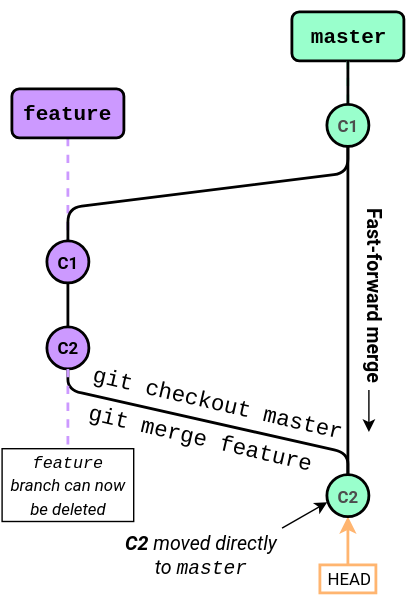
Above: Session 0 - Git/img/Branching_and_Merging/Merging_fastforward.svg in Python-Crash-Course/Python201 (draw.io), before the change. Source tidied: cells renumbered, new cells last; positions are measured from the earlier drawing's top-left corner, leaving out a move shared by most shapes.
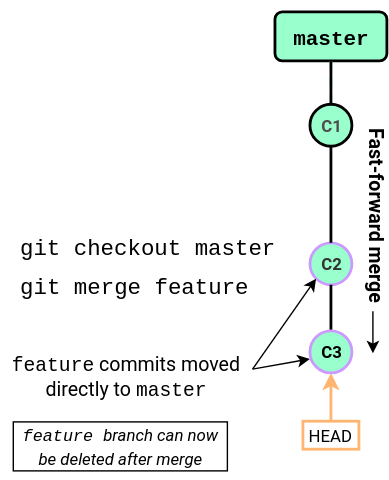
After the change.

The edit, as a diff of the source:
```diff
@@ -2,90 +2,64 @@
   <root>
     <mxCell id="0" />
     <mxCell id="1" parent="0" />
-    <mxCell id="2" style="endArrow=none;dashed=1;html=1;strokeWidth=2;fillColor=#ffe6cc;strokeColor=#CC99FF;exitX=0.5;exitY=1;exitDx=0;exitDy=0;entryX=0.5;entryY=0;entryDx=0;entryDy=0;" parent="1" edge="1" source="3" target="5">
-      <mxGeometry relative="1" as="geometry" />
+    <mxCell id="2" value="&lt;font style=&quot;font-size: 12px&quot;&gt;C1&lt;/font&gt;" style="ellipse;whiteSpace=wrap;html=1;fillColor=#99FFCC;strokeColor=#000000;fontColor=#4D4D4D;fontStyle=1;fontSize=10;fontFamily=Roboto;FType=g;strokeWidth=2;" parent="1" vertex="1">
+      <mxGeometry x="234" y="66" width="30" height="30" as="geometry" />
     </mxCell>
-    <mxCell id="3" value="&lt;h1 style=&quot;line-height: 70%&quot;&gt;&lt;b style=&quot;font-size: 15px&quot;&gt;&lt;font face=&quot;Courier New&quot; style=&quot;line-height: 100%&quot;&gt;feature&lt;/font&gt;&lt;/b&gt;&lt;/h1&gt;" style="text;html=1;spacing=5;spacingTop=-20;whiteSpace=wrap;overflow=hidden;rounded=1;align=center;labelBorderColor=none;labelBackgroundColor=none;fillColor=#cc99ff;strokeColor=#000000;fontFamily=Roboto;perimeterSpacing=0;strokeWidth=2;comic=0;glass=0;shadow=0;" parent="1" vertex="1">
-      <mxGeometry x="9" y="55" width="80" height="35" as="geometry" />
+    <mxCell id="3" value="&lt;font style=&quot;font-size: 12px&quot;&gt;C2&lt;/font&gt;" style="ellipse;whiteSpace=wrap;html=1;fillColor=#99FFCC;strokeColor=#CC99FF;fontFamily=Roboto;fontStyle=1;fontSize=10;strokeWidth=2;fontColor=#333333;" parent="1" vertex="1">
+      <mxGeometry x="234" y="165" width="30" height="30" as="geometry" />
     </mxCell>
-    <mxCell id="4" value="&lt;font style=&quot;font-size: 12px&quot;&gt;C1&lt;/font&gt;" style="ellipse;whiteSpace=wrap;html=1;fillColor=#99FFCC;strokeColor=#000000;fontColor=#4D4D4D;fontStyle=1;fontSize=10;fontFamily=Roboto;FType=g;strokeWidth=2;" parent="1" vertex="1">
-      <mxGeometry x="234" y="66" width="30" height="30" as="geometry" />
+    <mxCell id="4" style="endArrow=classic;html=1;strokeColor=#FFB570;fontFamily=Roboto;fontSize=8;fontColor=#000000;entryX=0.5;entryY=1;entryDx=0;entryDy=0;fillColor=#ffcc99;exitX=0.5;exitY=0;exitDx=0;exitDy=0;strokeWidth=2;" parent="1" edge="1" source="5" target="7">
+      <mxGeometry relative="1" as="geometry" />
     </mxCell>
-    <mxCell id="5" value="&lt;font style=&quot;font-size: 12px&quot;&gt;C1&lt;/font&gt;" style="ellipse;whiteSpace=wrap;html=1;fillColor=#CC99FF;strokeColor=#000000;fontFamily=Roboto;fontStyle=1;fontSize=10;strokeWidth=2;" parent="1" vertex="1">
-      <mxGeometry x="34" y="163.5" width="30" height="30" as="geometry" />
+    <mxCell id="5" value="&lt;font style=&quot;font-size: 12px;&quot;&gt;HEAD&lt;br style=&quot;font-size: 12px;&quot;&gt;&lt;/font&gt;" style="text;html=1;strokeColor=#FFB570;fillColor=none;align=center;verticalAlign=middle;whiteSpace=wrap;rounded=0;rotation=0;fontSize=12;fontFamily=Roboto;strokeWidth=2;" parent="1" vertex="1">
+      <mxGeometry x="229" y="292.5" width="40" height="20" as="geometry" />
     </mxCell>
-    <mxCell id="6" style="endArrow=classic;html=1;strokeColor=#FFB570;fontFamily=Roboto;fontSize=8;fontColor=#000000;entryX=0.5;entryY=1;entryDx=0;entryDy=0;fillColor=#ffcc99;exitX=0.5;exitY=0;exitDx=0;exitDy=0;strokeWidth=2;" parent="1" edge="1" source="7" target="11">
+    <mxCell id="6" style="endArrow=none;html=1;strokeColor=#000000;fontFamily=Roboto;fontSize=14;fontColor=#000000;exitX=0.5;exitY=1;exitDx=0;exitDy=0;entryX=0.5;entryY=0;entryDx=0;entryDy=0;strokeWidth=2;startArrow=none;startFill=0;endFill=0;" parent="1" edge="1" source="3" target="7">
       <mxGeometry relative="1" as="geometry" />
     </mxCell>
-    <mxCell id="7" value="&lt;font style=&quot;font-size: 12px;&quot;&gt;HEAD&lt;br style=&quot;font-size: 12px;&quot;&gt;&lt;/font&gt;" style="text;html=1;strokeColor=#FFB570;fillColor=none;align=center;verticalAlign=middle;whiteSpace=wrap;rounded=0;rotation=0;fontSize=12;fontFamily=Roboto;strokeWidth=2;" parent="1" vertex="1">
-      <mxGeometry x="229" y="395" width="40" height="20" as="geometry" />
+    <mxCell id="7" value="&lt;font style=&quot;font-size: 12px&quot;&gt;C3&lt;/font&gt;" style="ellipse;whiteSpace=wrap;html=1;fillColor=#99FFCC;strokeColor=#CC99FF;fontFamily=Roboto;fontStyle=1;fontSize=10;strokeWidth=2;" parent="1" vertex="1">
+      <mxGeometry x="234" y="228" width="30" height="30" as="geometry" />
     </mxCell>
-    <mxCell id="8" style="endArrow=none;html=1;strokeColor=#000000;fontFamily=Roboto;fontSize=14;fontColor=#000000;exitX=0.5;exitY=1;exitDx=0;exitDy=0;entryX=0.5;entryY=0;entryDx=0;entryDy=0;strokeWidth=2;startArrow=none;startFill=0;endFill=0;" parent="1" edge="1" source="5" target="9">
-      <mxGeometry relative="1" as="geometry" />
+    <mxCell id="8" value="&lt;h1 style=&quot;line-height: 70%&quot;&gt;&lt;b style=&quot;font-size: 15px&quot;&gt;&lt;font face=&quot;Courier New&quot; style=&quot;line-height: 100%&quot;&gt;master&lt;/font&gt;&lt;/b&gt;&lt;/h1&gt;" style="text;html=1;spacing=5;spacingTop=-20;whiteSpace=wrap;overflow=hidden;rounded=1;align=center;labelBorderColor=none;labelBackgroundColor=none;fillColor=#99FFCC;strokeColor=#000000;fontFamily=Roboto;perimeterSpacing=0;strokeWidth=2;comic=0;glass=0;shadow=0;" parent="1" vertex="1">
+      <mxGeometry x="209" width="80" height="35" as="geometry" />
     </mxCell>
-    <mxCell id="9" value="&lt;font style=&quot;font-size: 12px&quot;&gt;C2&lt;/font&gt;" style="ellipse;whiteSpace=wrap;html=1;fillColor=#CC99FF;strokeColor=#000000;fontFamily=Roboto;fontStyle=1;fontSize=10;strokeWidth=2;" parent="1" vertex="1">
-      <mxGeometry x="34" y="225" width="30" height="30" as="geometry" />
+    <mxCell id="9" value="&lt;font face=&quot;Courier New&quot;&gt;&lt;font style=&quot;font-size: 16px&quot;&gt;git checkout master&lt;/font&gt;&lt;br style=&quot;font-size: 14px&quot;&gt;&lt;/font&gt;" style="text;html=1;strokeColor=none;fillColor=none;align=center;verticalAlign=middle;whiteSpace=wrap;rounded=0;rotation=0;fontSize=14;" parent="1" vertex="1">
+      <mxGeometry x="26" y="154" width="185" height="30" as="geometry" />
     </mxCell>
-    <mxCell id="10" value="&lt;h1 style=&quot;line-height: 70%&quot;&gt;&lt;b style=&quot;font-size: 15px&quot;&gt;&lt;font face=&quot;Courier New&quot; style=&quot;line-height: 100%&quot;&gt;master&lt;/font&gt;&lt;/b&gt;&lt;/h1&gt;" style="text;html=1;spacing=5;spacingTop=-20;whiteSpace=wrap;overflow=hidden;rounded=1;align=center;labelBorderColor=none;labelBackgroundColor=none;fillColor=#99FFCC;strokeColor=#000000;fontFamily=Roboto;perimeterSpacing=0;strokeWidth=2;comic=0;glass=0;shadow=0;" parent="1" vertex="1">
-      <mxGeometry x="209" width="80" height="35" as="geometry" />
+    <mxCell id="10" value="&lt;font face=&quot;Courier New&quot;&gt;&lt;font style=&quot;font-size: 16px&quot;&gt;git merge feature&lt;/font&gt;&lt;br style=&quot;font-size: 14px&quot;&gt;&lt;/font&gt;" style="text;html=1;strokeColor=none;fillColor=none;align=center;verticalAlign=middle;whiteSpace=wrap;rounded=0;rotation=0;fontSize=14;" parent="1" vertex="1">
+      <mxGeometry x="26" y="182" width="166" height="30" as="geometry" />
     </mxCell>
-    <mxCell id="11" value="&lt;font style=&quot;font-size: 12px&quot;&gt;C2&lt;/font&gt;" style="ellipse;whiteSpace=wrap;html=1;fillColor=#99FFCC;strokeColor=#000000;fontColor=#4D4D4D;fontStyle=1;fontSize=10;fontFamily=Roboto;FType=g;strokeWidth=2;" parent="1" vertex="1">
-      <mxGeometry x="234" y="330.5" width="30" height="30" as="geometry" />
+    <mxCell id="11" style="endArrow=none;dashed=1;html=1;strokeWidth=2;fillColor=#d5e8d4;strokeColor=#99FFCC;entryX=0.5;entryY=0;entryDx=0;entryDy=0;exitX=0.5;exitY=1;exitDx=0;exitDy=0;" parent="1" edge="1" source="8" target="2">
+      <mxGeometry relative="1" as="geometry" />
     </mxCell>
-    <mxCell id="12" style="endArrow=none;html=1;strokeWidth=2;fontColor=#6FD08C;entryX=0.5;entryY=1;entryDx=0;entryDy=0;fillColor=#647687;strokeColor=#000000;jumpStyle=arc;targetPerimeterSpacing=3;endSize=3;startArrow=none;startFill=0;exitX=0.5;exitY=0;exitDx=0;exitDy=0;" parent="1" edge="1" source="11" target="9">
-      <mxGeometry relative="1" as="geometry">
-        <Array as="points">
-          <mxPoint x="249" y="315" />
-          <mxPoint x="49" y="270" />
-        </Array>
-      </mxGeometry>
+    <mxCell id="12" style="endArrow=none;html=1;strokeColor=#000000;fontFamily=Roboto;fontSize=8;fontColor=#000000;exitX=0.5;exitY=1;exitDx=0;exitDy=0;entryX=0.5;entryY=0;entryDx=0;entryDy=0;strokeWidth=2;endFill=0;" parent="1" edge="1" source="8" target="2">
+      <mxGeometry relative="1" as="geometry" />
     </mxCell>
-    <mxCell id="13" value="&lt;font face=&quot;Courier New&quot;&gt;&lt;font style=&quot;font-size: 16px&quot;&gt;git checkout master&lt;/font&gt;&lt;br style=&quot;font-size: 14px&quot;&gt;&lt;/font&gt;" style="text;html=1;strokeColor=none;fillColor=none;align=center;verticalAlign=middle;whiteSpace=wrap;rounded=0;rotation=13;fontSize=14;" parent="1" vertex="1">
-      <mxGeometry x="64" y="265" width="185" height="30" as="geometry" />
+    <mxCell id="13" value="Fast-forward merge" style="text;html=1;strokeColor=none;fillColor=none;align=center;verticalAlign=middle;whiteSpace=wrap;rounded=0;fontFamily=Roboto;rotation=90;fontStyle=1;fontSize=14;" parent="1" vertex="1">
+      <mxGeometry x="197" y="140" width="172" height="10" as="geometry" />
     </mxCell>
-    <mxCell id="14" value="&lt;font face=&quot;Courier New&quot;&gt;&lt;font style=&quot;font-size: 16px&quot;&gt;git merge feature&lt;/font&gt;&lt;br style=&quot;font-size: 14px&quot;&gt;&lt;/font&gt;" style="text;html=1;strokeColor=none;fillColor=none;align=center;verticalAlign=middle;whiteSpace=wrap;rounded=0;rotation=13;fontSize=14;" parent="1" vertex="1">
-      <mxGeometry x="59" y="290" width="170" height="30" as="geometry" />
+    <mxCell id="14" style="endArrow=classic;html=1;fontSize=14;" parent="1" edge="1">
+      <mxGeometry relative="1" as="geometry">
+        <mxPoint x="279" y="214" as="sourcePoint" />
+        <mxPoint x="279" y="244" as="targetPoint" />
+      </mxGeometry>
     </mxCell>
-    <mxCell id="15" style="endArrow=none;dashed=1;html=1;strokeWidth=2;fillColor=#d5e8d4;strokeColor=#99FFCC;entryX=0.5;entryY=0;entryDx=0;entryDy=0;exitX=0.5;exitY=1;exitDx=0;exitDy=0;" parent="1" edge="1" source="10" target="4">
-      <mxGeometry relative="1" as="geometry" />
+    <mxCell id="15" value="&lt;font color=&quot;#000000&quot; style=&quot;font-size: 12px&quot;&gt;&lt;font style=&quot;font-size: 12px&quot; face=&quot;Courier New&quot;&gt;feature &lt;/font&gt;branch can now be deleted after merge&lt;/font&gt;" style="text;html=1;strokeColor=none;fillColor=none;align=center;verticalAlign=middle;whiteSpace=wrap;rounded=0;fontFamily=Roboto;rotation=0;fontStyle=2;fontSize=14;fontColor=#FF3333;labelBorderColor=#000000;" parent="1" vertex="1">
+      <mxGeometry x="21" y="284" width="156" height="50" as="geometry" />
     </mxCell>
-    <mxCell id="16" style="endArrow=none;html=1;strokeColor=#000000;fontFamily=Roboto;fontSize=8;fontColor=#000000;exitX=0.5;exitY=1;exitDx=0;exitDy=0;entryX=0.5;entryY=0;entryDx=0;entryDy=0;strokeWidth=2;endFill=0;" parent="1" edge="1" source="10" target="4">
-      <mxGeometry relative="1" as="geometry" />
+    <mxCell id="16" value="&lt;span style=&quot;color: rgb(0 , 0 , 0) ; font-family: &amp;#34;courier new&amp;#34; ; font-style: normal&quot;&gt;feature&lt;/span&gt;&lt;font color=&quot;#000000&quot; style=&quot;font-size: 14px ; font-style: normal&quot;&gt;&lt;span style=&quot;font-size: 14px&quot;&gt;&amp;nbsp;commits&lt;/span&gt;&lt;b style=&quot;font-size: 14px&quot;&gt;&amp;nbsp;&lt;/b&gt;moved directly to &lt;font face=&quot;Courier New&quot; style=&quot;font-size: 14px&quot;&gt;master&lt;/font&gt;&lt;/font&gt;&lt;font color=&quot;#000000&quot; style=&quot;font-size: 14px&quot;&gt;&lt;span style=&quot;font-style: normal&quot;&gt;&lt;br style=&quot;font-size: 14px&quot;&gt;&lt;/span&gt;&amp;nbsp;&lt;/font&gt;" style="text;html=1;strokeColor=none;fillColor=none;align=center;verticalAlign=middle;whiteSpace=wrap;rounded=0;fontFamily=Roboto;rotation=0;fontStyle=2;fontSize=14;fontColor=#FF3333;labelBorderColor=none;" parent="1" vertex="1">
+      <mxGeometry x="13" y="244" width="180" height="45" as="geometry" />
     </mxCell>
-    <mxCell id="17" style="endArrow=none;html=1;strokeWidth=2;fontColor=#6FD08C;fillColor=#647687;strokeColor=#000000;jumpStyle=arc;targetPerimeterSpacing=0;endSize=0;startArrow=none;startFill=0;exitX=0.5;exitY=0;exitDx=0;exitDy=0;" parent="1" edge="1" source="5">
+    <mxCell id="17" style="endArrow=classic;html=1;exitX=1;exitY=0.25;exitDx=0;exitDy=0;" parent="1" edge="1" source="16">
       <mxGeometry relative="1" as="geometry">
-        <mxPoint x="249" y="95" as="targetPoint" />
-        <Array as="points">
-          <mxPoint x="49" y="140" />
-          <mxPoint x="249" y="115" />
-        </Array>
+        <mxPoint x="234" y="248" as="targetPoint" />
       </mxGeometry>
     </mxCell>
-    <mxCell id="18" style="endArrow=none;html=1;strokeWidth=2;entryX=0.5;entryY=0;entryDx=0;entryDy=0;endFill=0;" parent="1" edge="1" target="11">
-      <mxGeometry relative="1" as="geometry">
-        <mxPoint x="249" y="95" as="sourcePoint" />
-      </mxGeometry>
+    <mxCell id="18" style="endArrow=none;html=1;strokeColor=#000000;fontFamily=Roboto;fontSize=8;fontColor=#000000;exitX=0.5;exitY=1;exitDx=0;exitDy=0;entryX=0.5;entryY=0;entryDx=0;entryDy=0;strokeWidth=2;endFill=0;" parent="1" edge="1" source="2" target="3">
+      <mxGeometry relative="1" as="geometry" />
     </mxCell>
-    <mxCell id="19" value="Fast-forward merge" style="text;html=1;strokeColor=none;fillColor=none;align=center;verticalAlign=middle;whiteSpace=wrap;rounded=0;fontFamily=Roboto;rotation=90;fontStyle=1;fontSize=14;" parent="1" vertex="1">
-      <mxGeometry x="183" y="197" width="172" height="10" as="geometry" />
+    <mxCell id="19" style="endArrow=classic;html=1;exitX=1;exitY=0.25;exitDx=0;exitDy=0;entryX=0;entryY=1;entryDx=0;entryDy=0;" parent="1" edge="1" source="16" target="3">
+      <mxGeometry relative="1" as="geometry" />
     </mxCell>
-    <mxCell id="20" style="endArrow=classic;html=1;fontSize=14;" parent="1" edge="1">
-      <mxGeometry relative="1" as="geometry">
-        <mxPoint x="264" y="270" as="sourcePoint" />
-        <mxPoint x="264" y="300" as="targetPoint" />
-      </mxGeometry>
-    </mxCell>
-    <mxCell id="21" style="endArrow=none;dashed=1;html=1;strokeWidth=2;fillColor=#ffe6cc;strokeColor=#CC99FF;exitX=0.5;exitY=1;exitDx=0;exitDy=0;" parent="1" edge="1" source="9" target="22">
-      <mxGeometry relative="1" as="geometry" />
-    </mxCell>
-    <mxCell id="22" value="&lt;font color=&quot;#000000&quot; style=&quot;font-size: 12px&quot;&gt;&lt;font style=&quot;font-size: 12px&quot; face=&quot;Courier New&quot;&gt;feature &lt;/font&gt;branch can now be deleted&lt;/font&gt;" style="text;html=1;strokeColor=none;fillColor=none;align=center;verticalAlign=middle;whiteSpace=wrap;rounded=0;fontFamily=Roboto;rotation=0;fontStyle=2;fontSize=14;fontColor=#FF3333;labelBorderColor=#000000;" parent="1" vertex="1">
-      <mxGeometry x="0.5" y="310.5" width="97" height="50" as="geometry" />
-    </mxCell>
-    <mxCell id="23" value="&lt;font color=&quot;#000000&quot; style=&quot;font-size: 14px;&quot;&gt;&lt;b style=&quot;font-size: 14px;&quot;&gt;C2 &lt;/b&gt;moved directly to &lt;font face=&quot;Courier New&quot; style=&quot;font-size: 14px;&quot;&gt;master&lt;/font&gt;&lt;/font&gt;&lt;font color=&quot;#000000&quot; style=&quot;font-size: 14px;&quot;&gt;&lt;br style=&quot;font-size: 14px;&quot;&gt;&amp;nbsp;&lt;/font&gt;" style="text;html=1;strokeColor=none;fillColor=none;align=center;verticalAlign=middle;whiteSpace=wrap;rounded=0;fontFamily=Roboto;rotation=0;fontStyle=2;fontSize=14;fontColor=#FF3333;labelBorderColor=none;" parent="1" vertex="1">
-      <mxGeometry x="86.5" y="370" width="115" height="50" as="geometry" />
-    </mxCell>
-    <mxCell id="24" style="endArrow=classic;html=1;entryX=0.01;entryY=0.657;entryDx=0;entryDy=0;entryPerimeter=0;exitX=1.004;exitY=-0.025;exitDx=0;exitDy=0;exitPerimeter=0;" parent="1" edge="1" source="23" target="11">
-      <mxGeometry relative="1" as="geometry" />
-    </mxCell>
   </root>
 </mxGraphModel>
```
